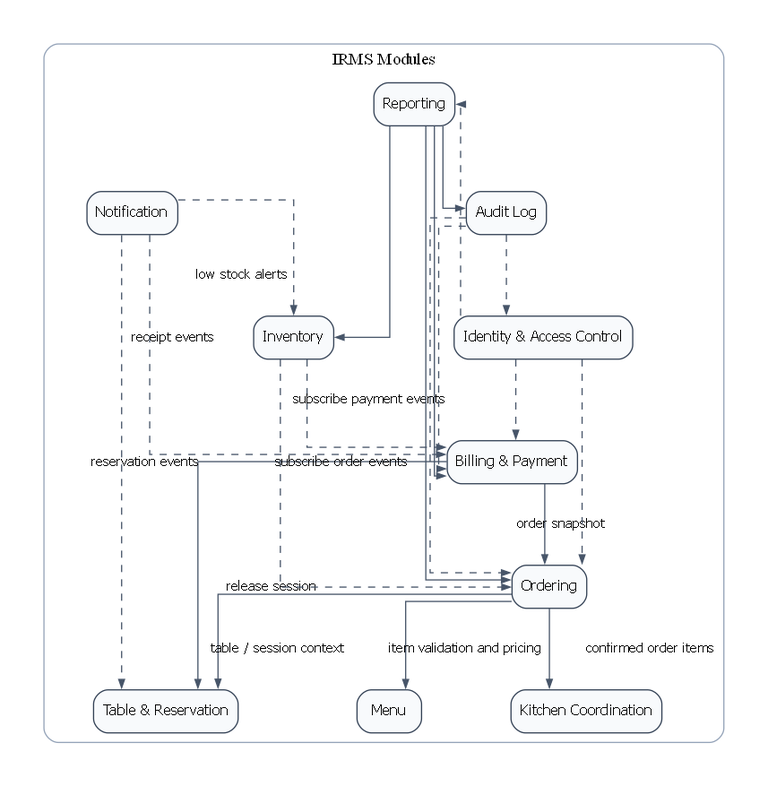
lehoangluan1/SA_IRMS keeps this Graphviz diagram as assets/diagrams/rendered/architecture/06_module_view_overall_irms.png. Above is the earlier version. Its source is kept beside it as assets/diagrams/source/architecture/06_module_view_overall_irms.dot.
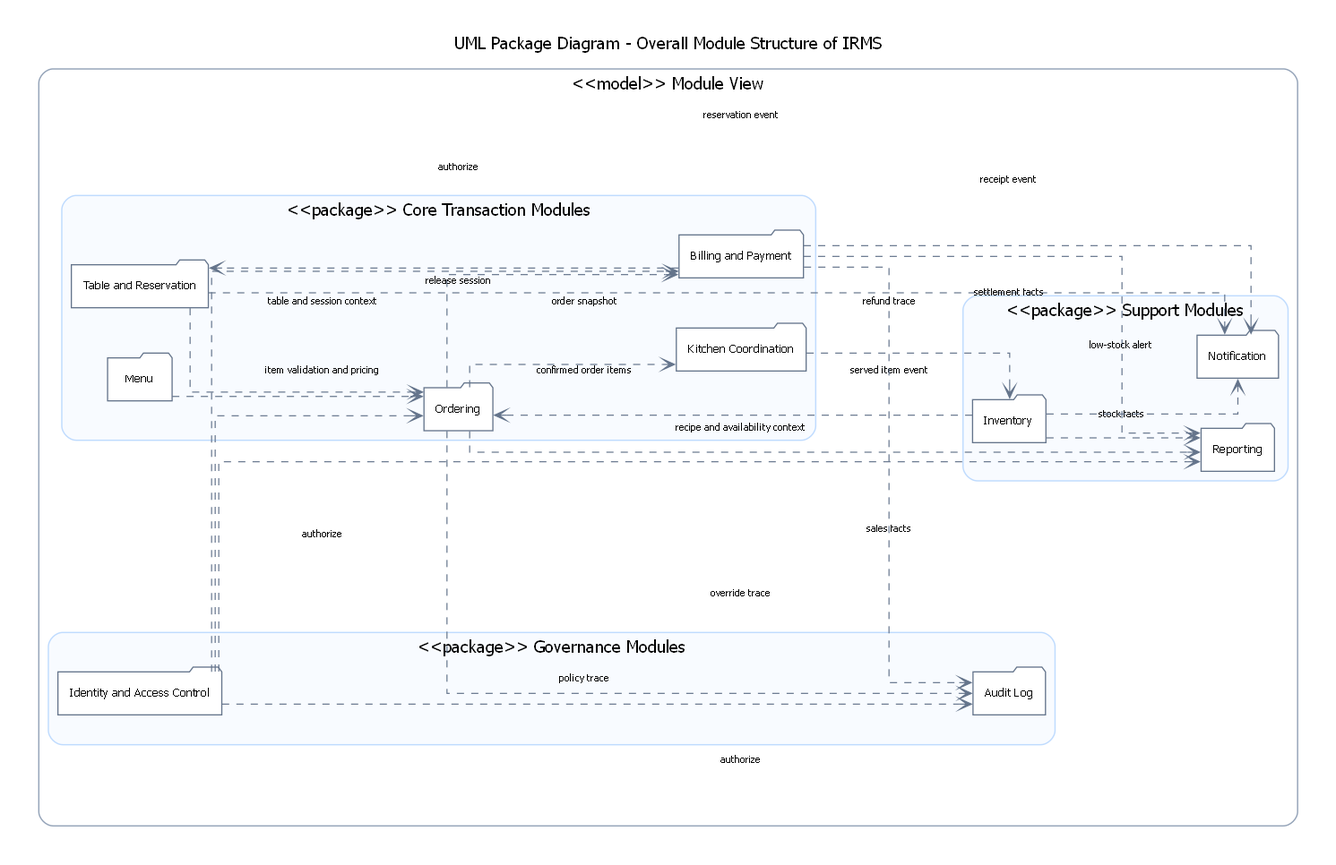
Above is the later version.

What changed in the source:
```diff
@@ -1,40 +1,81 @@
 digraph G {
-  graph [rankdir=TB, bgcolor="white", splines=ortho, nodesep=0.45, ranksep=0.75, pad=0.4];
-  node [fontname="DejaVu Sans", fontsize=12];
-  edge [fontname="DejaVu Sans", fontsize=11, color="#475569", arrowsize=0.7];
-  subgraph cluster_1 {
-    label="IRMS Modules";
+  graph [
+    rankdir=LR,
+    newrank=true,
+    compound=true,
+    bgcolor="white",
+    pad=0.34,
+    nodesep=0.58,
+    ranksep=1.02,
+    splines=ortho,
+    fontname="DejaVu Sans",
+    labelloc="t",
+    label="UML Package Diagram - Overall Module Structure of IRMS"
+  ];
+
+  node [shape=folder, style="filled", fillcolor="#FFFFFF", color="#64748B", penwidth=1.0, fontname="DejaVu Sans", fontsize=9.8, margin="0.14,0.08"];
+  edge [style=dashed, arrowhead=vee, color="#64748B", penwidth=0.9, fontname="DejaVu Sans", fontsize=8.2];
+
+  subgraph cluster_model {
+    label="<<model>> Module View";
     color="#94A3B8";
+    penwidth=1.1;
     style="rounded";
-    "Table_Reservation" [label="Table & Reservation", shape=box, style="rounded,filled", fillcolor="#F8FAFC", color="#334155", fontname="DejaVu Sans", fontsize=12];
-    "Menu" [label="Menu", shape=box, style="rounded,filled", fillcolor="#F8FAFC", color="#334155", fontname="DejaVu Sans", fontsize=12];
-    "Ordering" [label="Ordering", shape=box, style="rounded,filled", fillcolor="#F8FAFC", color="#334155", fontname="DejaVu Sans", fontsize=12];
-    "Kitchen_Coordination" [label="Kitchen Coordination", shape=box, style="rounded,filled", fillcolor="#F8FAFC", color="#334155", fontname="DejaVu Sans", fontsize=12];
-    "Billing_Payment" [label="Billing & Payment", shape=box, style="rounded,filled", fillcolor="#F8FAFC", color="#334155", fontname="DejaVu Sans", fontsize=12];
-    "Inventory" [label="Inventory", shape=box, style="rounded,filled", fillcolor="#F8FAFC", color="#334155", fontname="DejaVu Sans", fontsize=12];
-    "Reporting" [label="Reporting", shape=box, style="rounded,filled", fillcolor="#F8FAFC", color="#334155", fontname="DejaVu Sans", fontsize=12];
-    "Notification" [label="Notification", shape=box, style="rounded,filled", fillcolor="#F8FAFC", color="#334155", fontname="DejaVu Sans", fontsize=12];
-    "Identity_Access_Control" [label="Identity & Access Control", shape=box, style="rounded,filled", fillcolor="#F8FAFC", color="#334155", fontname="DejaVu Sans", fontsize=12];
-    "Audit_Log" [label="Audit Log", shape=box, style="rounded,filled", fillcolor="#F8FAFC", color="#334155", fontname="DejaVu Sans", fontsize=12];
+
+    subgraph cluster_core {
+      label="<<package>> Core Transaction Modules";
+      color="#BFDBFE";
+      style="rounded,filled";
+      fillcolor="#F8FBFF";
+      reservation [label="Table and Reservation"];
+      menu [label="Menu"];
+      ordering [label="Ordering"];
+      kitchen [label="Kitchen Coordination"];
+      billing [label="Billing and Payment"];
+    }
+
+    subgraph cluster_support {
+      label="<<package>> Support Modules";
+      color="#BFDBFE";
+      style="rounded,filled";
+      fillcolor="#F8FBFF";
+      inventory [label="Inventory"];
+      reporting [label="Reporting"];
+      notification [label="Notification"];
+    }
+
+    subgraph cluster_governance {
+      label="<<package>> Governance Modules";
+      color="#BFDBFE";
+      style="rounded,filled";
+      fillcolor="#F8FBFF";
+      iam [label="Identity and Access Control"];
+      audit [label="Audit Log"];
+    }
   }
-  "Ordering" -> "Table_Reservation" [label="table / session context"];
-  "Ordering" -> "Menu" [label="item validation and pricing"];
-  "Ordering" -> "Kitchen_Coordination" [label="confirmed order items"];
-  "Billing_Payment" -> "Ordering" [label="order snapshot"];
-  "Billing_Payment" -> "Table_Reservation" [label="release session"];
-  "Inventory" -> "Ordering" [label="subscribe order events", style="dashed"];
-  "Inventory" -> "Billing_Payment" [label="subscribe payment events", style="dashed"];
-  "Reporting" -> "Ordering" [];
-  "Reporting" -> "Billing_Payment" [];
-  "Reporting" -> "Inventory" [];
-  "Reporting" -> "Audit_Log" [];
-  "Notification" -> "Table_Reservation" [label="reservation events", style="dashed"];
-  "Notification" -> "Billing_Payment" [label="receipt events", style="dashed"];
-  "Notification" -> "Inventory" [label="low stock alerts", style="dashed"];
-  "Identity_Access_Control" -> "Ordering" [style="dashed"];
-  "Identity_Access_Control" -> "Billing_Payment" [style="dashed"];
-  "Identity_Access_Control" -> "Reporting" [style="dashed"];
-  "Audit_Log" -> "Ordering" [style="dashed"];
-  "Audit_Log" -> "Billing_Payment" [style="dashed"];
-  "Audit_Log" -> "Identity_Access_Control" [style="dashed"];
+
+  reservation -> ordering [label="table and session context"];
+  menu -> ordering [label="item validation and pricing"];
+  ordering -> kitchen [label="confirmed order items"];
+  ordering -> billing [label="order snapshot"];
+  billing -> reservation [label="release session"];
+
+  inventory -> ordering [label="recipe and availability context"];
+  kitchen -> inventory [label="served item event"];
+
+  ordering -> reporting [label="sales facts"];
+  billing -> reporting [label="settlement facts"];
+  inventory -> reporting [label="stock facts"];
+
+  reservation -> notification [label="reservation event"];
+  billing -> notification [label="receipt event"];
+  inventory -> notification [label="low-stock alert"];
+
+  iam -> ordering [label="authorize"];
+  iam -> billing [label="authorize"];
+  iam -> reporting [label="authorize"];
+
+  ordering -> audit [label="override trace"];
+  billing -> audit [label="refund trace"];
+  iam -> audit [label="policy trace"];
 }
```
